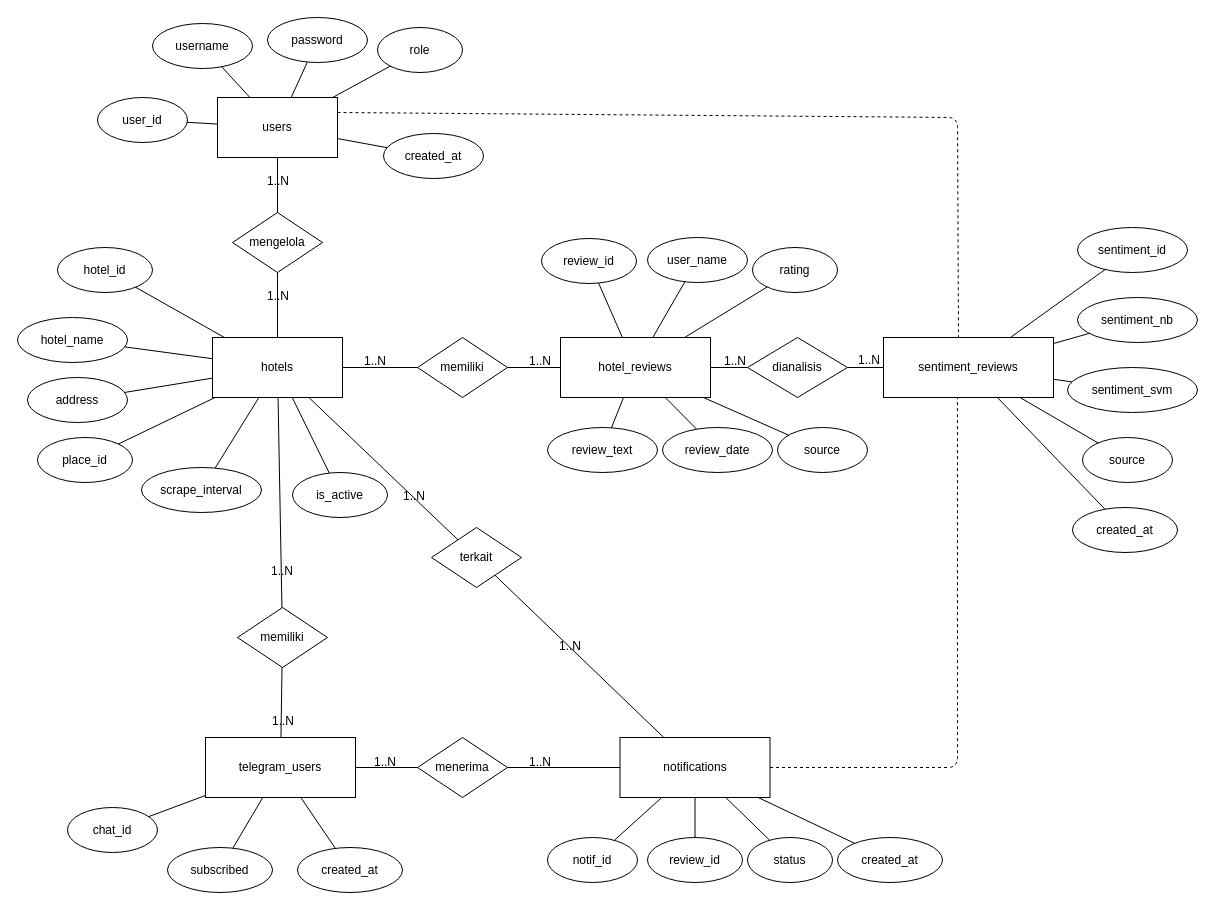
Above: drawio/erd.drawio in RinaldiHamzah/system-sentiment-monitoring-reviews (draw.io), before the change. Source tidied: cells renumbered, new cells numbered last; positions are measured from the earlier drawing's top-left corner, leaving out a move shared by most shapes. Both pictures are drawn from the tidied source at 100%, with x=0, y=0 at pixel (17, 17).
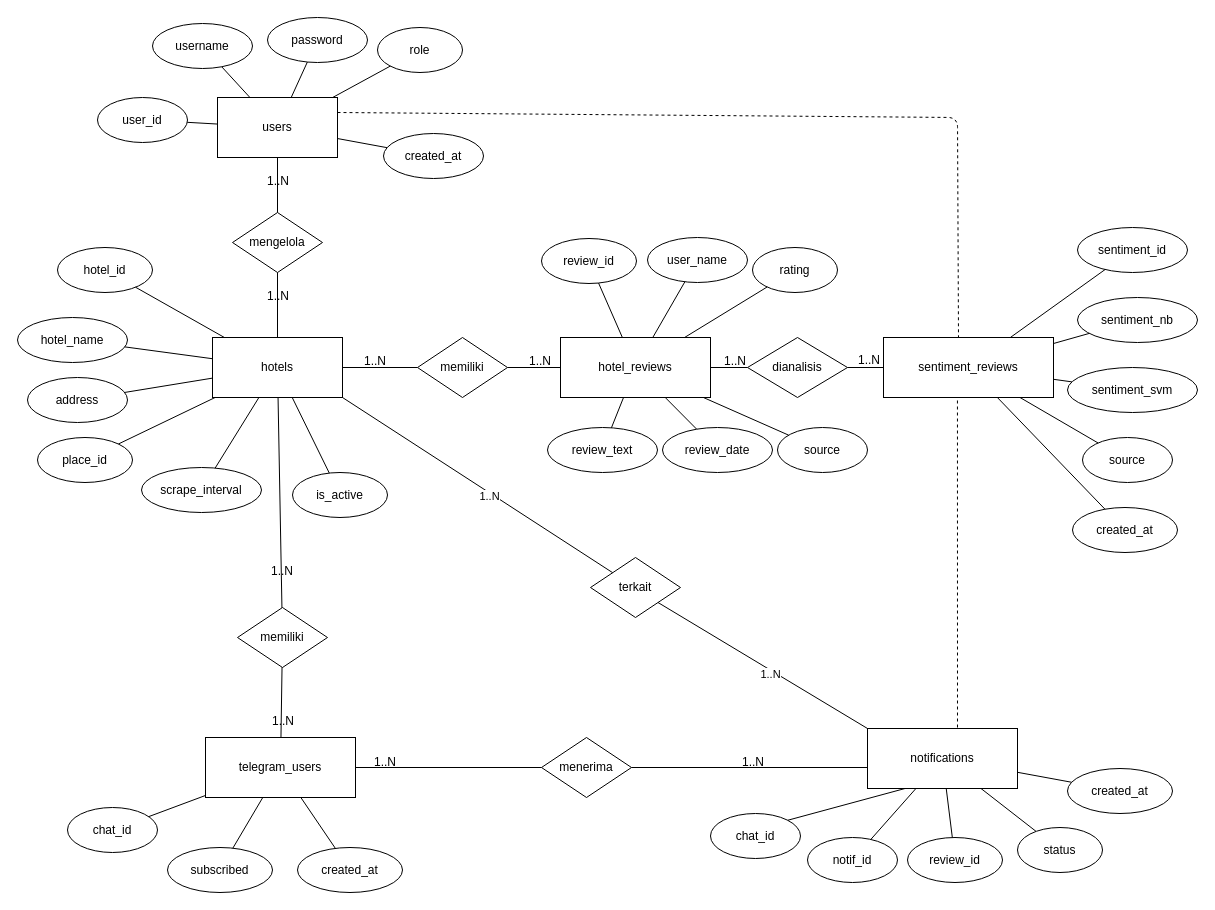
The same diagram, later.

The change refers to these unchanged cells:
```xml
<mxCell id="2" value="hotels" style="whiteSpace=wrap;html=1;" parent="1" vertex="1">
  <mxGeometry x="195" y="320" width="130" height="60" as="geometry" />
</mxCell>
<mxCell id="5" value="sentiment_reviews" style="whiteSpace=wrap;html=1;" parent="1" vertex="1">
  <mxGeometry x="866" y="320" width="170" height="60" as="geometry" />
</mxCell>
```

The edit, as a diff of the source:
```diff
@@
     <mxCell id="7" value="notifications" style="whiteSpace=wrap;html=1;" parent="1" vertex="1">
-      <mxGeometry x="602.5" y="720" width="150" height="60" as="geometry" />
+      <mxGeometry x="850" y="711" width="150" height="60" as="geometry" />
     </mxCell>
@@
     <mxCell id="12" value="menerima" style="rhombus;whiteSpace=wrap;html=1;" parent="1" vertex="1">
-      <mxGeometry x="400" y="720" width="90" height="60" as="geometry" />
+      <mxGeometry x="524" y="720" width="90" height="60" as="geometry" />
     </mxCell>
     <mxCell id="13" value="terkait" style="rhombus;whiteSpace=wrap;html=1;" parent="1" vertex="1">
-      <mxGeometry x="414" y="510" width="90" height="60" as="geometry" />
+      <mxGeometry x="573" y="540" width="90" height="60" as="geometry" />
     </mxCell>
@@
     <mxCell id="39" value="notif_id" style="ellipse;whiteSpace=wrap;html=1;" parent="1" vertex="1">
-      <mxGeometry x="530" y="820" width="90" height="45" as="geometry" />
+      <mxGeometry x="790" y="820" width="90" height="45" as="geometry" />
     </mxCell>
     <mxCell id="40" value="review_id" style="ellipse;whiteSpace=wrap;html=1;" parent="1" vertex="1">
-      <mxGeometry x="630" y="820" width="95" height="45" as="geometry" />
+      <mxGeometry x="890" y="820" width="95" height="45" as="geometry" />
     </mxCell>
     <mxCell id="41" value="status" style="ellipse;whiteSpace=wrap;html=1;" parent="1" vertex="1">
-      <mxGeometry x="730" y="820" width="85" height="45" as="geometry" />
+      <mxGeometry x="1000" y="810" width="85" height="45" as="geometry" />
     </mxCell>
     <mxCell id="42" value="created_at" style="ellipse;whiteSpace=wrap;html=1;" parent="1" vertex="1">
-      <mxGeometry x="820" y="820" width="105" height="45" as="geometry" />
+      <mxGeometry x="1050" y="751" width="105" height="45" as="geometry" />
     </mxCell>
@@
-    <mxCell id="60" style="endArrow=none;html=1;" parent="1" edge="1" source="12" target="7">
-      <mxGeometry relative="1" as="geometry" />
+    <mxCell id="60" style="endArrow=none;html=1;" parent="1" edge="1" source="12">
+      <mxGeometry relative="1" as="geometry">
+        <mxPoint x="850" y="750" as="targetPoint" />
+      </mxGeometry>
     </mxCell>
@@
-    <mxCell id="62" value="1..N" style="text;html=1;strokeColor=none;fillColor=none;" parent="1" vertex="1">
-      <mxGeometry x="510" y="731" width="30" height="20" as="geometry" />
-    </mxCell>
-    <mxCell id="63" style="endArrow=none;html=1;" parent="1" edge="1" source="2" target="13">
+    <mxCell id="63" style="endArrow=none;html=1;exitX=1;exitY=1;exitDx=0;exitDy=0;" parent="1" edge="1" source="2" target="13">
       <mxGeometry relative="1" as="geometry" />
     </mxCell>
-    <mxCell id="64" style="endArrow=none;html=1;" parent="1" edge="1" source="13" target="7">
-      <mxGeometry relative="1" as="geometry" />
-    </mxCell>
-    <mxCell id="65" value="1..N" style="text;html=1;strokeColor=none;fillColor=none;" parent="1" vertex="1">
-      <mxGeometry x="384" y="465" width="30" height="20" as="geometry" />
-    </mxCell>
-    <mxCell id="66" value="1..N" style="text;html=1;strokeColor=none;fillColor=none;" parent="1" vertex="1">
-      <mxGeometry x="540" y="615" width="30" height="20" as="geometry" />
-    </mxCell>
+    <mxCell id="98" value="1..N" style="edgeLabel;html=1;align=center;verticalAlign=middle;" parent="63" vertex="1">
+      <mxGeometry x="0.09" y="-3" relative="1" as="geometry" />
+    </mxCell>
@@
-    <mxCell id="96" style="endArrow=none;dashed=1;html=1;exitX=1;exitY=0.5;exitDx=0;exitDy=0;entryX=0.435;entryY=1;entryDx=0;entryDy=0;entryPerimeter=0;" parent="1" edge="1" source="7" target="5">
+    <mxCell id="96" style="endArrow=none;dashed=1;html=1;entryX=0.435;entryY=1;entryDx=0;entryDy=0;entryPerimeter=0;" parent="1" edge="1" target="5">
       <mxGeometry relative="1" as="geometry">
-        <Array as="points">
-          <mxPoint x="940" y="750" />
-        </Array>
+        <mxPoint x="940" y="710" as="sourcePoint" />
       </mxGeometry>
     </mxCell>
@@
+    <mxCell id="99" value="chat_id" style="ellipse;whiteSpace=wrap;html=1;" parent="1" vertex="1">
+      <mxGeometry x="693" y="796" width="90" height="45" as="geometry" />
+    </mxCell>
+    <mxCell id="64" style="endArrow=none;html=1;exitX=1;exitY=1;exitDx=0;exitDy=0;entryX=0;entryY=0;entryDx=0;entryDy=0;" parent="1" edge="1" source="13" target="7">
+      <mxGeometry relative="1" as="geometry" />
+    </mxCell>
+    <mxCell id="100" value="1..N" style="edgeLabel;html=1;align=center;verticalAlign=middle;" parent="64" vertex="1">
+      <mxGeometry x="0.09" y="-3" relative="1" as="geometry" />
+    </mxCell>
+    <mxCell id="101" style="endArrow=none;html=1;entryX=1;entryY=0;entryDx=0;entryDy=0;exitX=0.25;exitY=1;exitDx=0;exitDy=0;" parent="1" edge="1" source="7" target="99">
+      <mxGeometry relative="1" as="geometry" />
+    </mxCell>
+    <mxCell id="102" value="1..N" style="text;html=1;strokeColor=none;fillColor=none;" parent="1" vertex="1">
+      <mxGeometry x="723" y="731" width="30" height="20" as="geometry" />
+    </mxCell>
```
